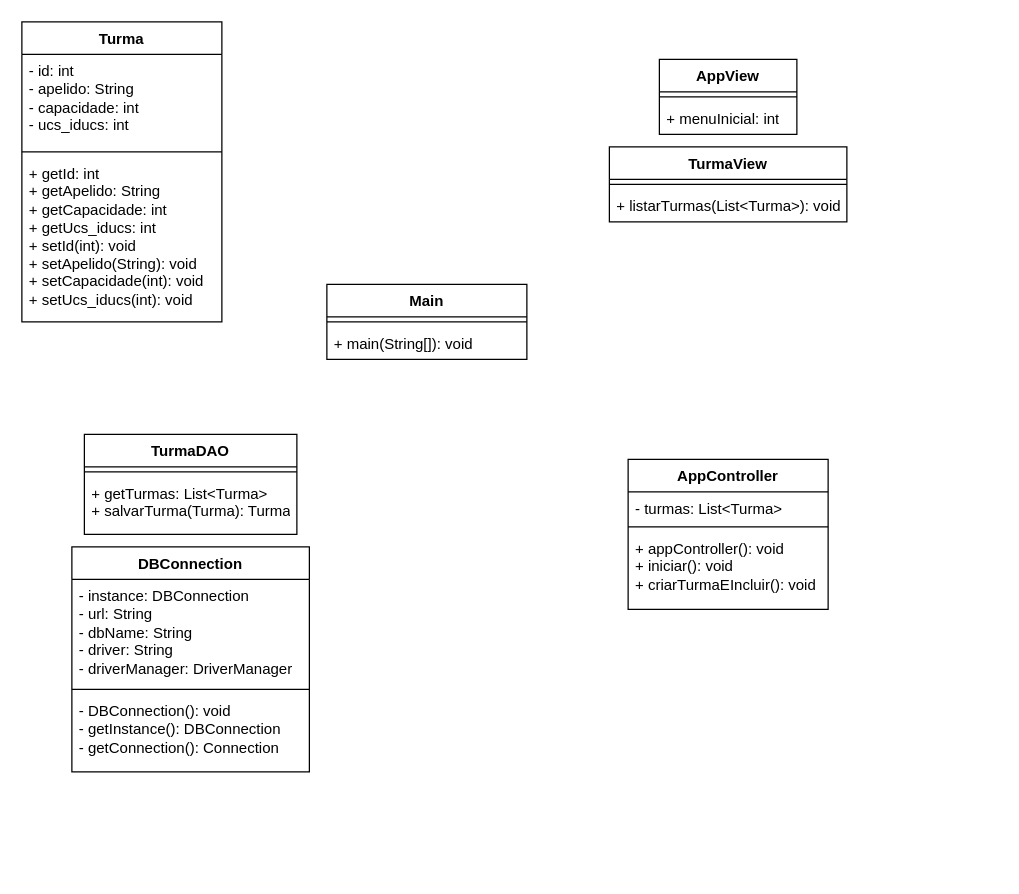
Earlier version of the draw.io diagram CRUDJean.drawio (2005LucasLongo/diagramas). Source tidied: cells renumbered, new cells numbered last; positions are measured from the earlier drawing's top-left corner, leaving out a move shared by most shapes. Both pictures are drawn from the tidied source at 125%, with x=0, y=0 at pixel (21, 21).
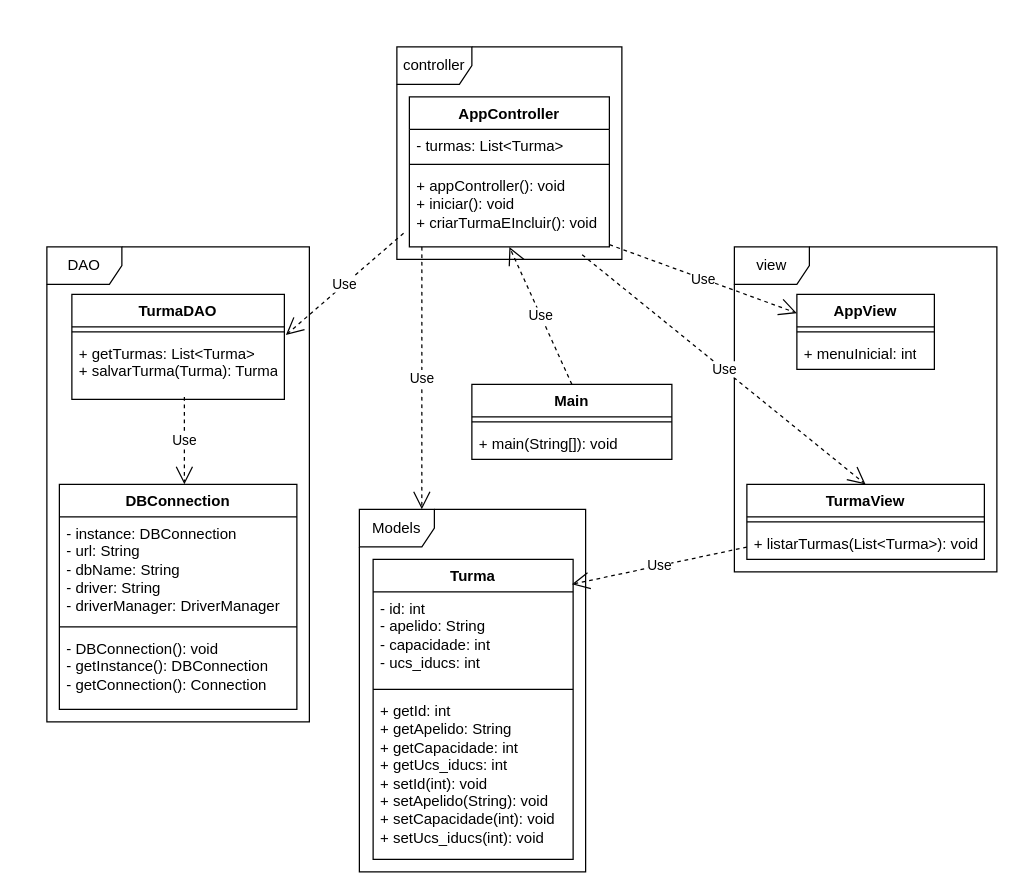
Above is the later version.

The change refers to these unchanged cells:
```xml
<mxCell id="25" value="+ appController(): void&lt;br&gt;+ iniciar(): void&lt;br&gt;+&amp;nbsp;criarTurmaEIncluir(): void" style="text;strokeColor=none;fillColor=none;align=left;verticalAlign=top;spacingLeft=4;spacingRight=4;overflow=hidden;points=[[0,0.5],[1,0.5]];portConstraint=eastwest;whiteSpace=wrap;html=1;" parent="22" vertex="1">
  <mxGeometry y="58" width="160" height="62" as="geometry" />
</mxCell>
```

Change to the diagram source:
```diff
@@
     <mxCell id="2" value="Turma" style="swimlane;fontStyle=1;align=center;verticalAlign=top;horizontal=1;startSize=26;whiteSpace=wrap;html=1;" parent="1" vertex="1">
-      <mxGeometry width="160" height="240" as="geometry" />
+      <mxGeometry x="281" y="430" width="160" height="240" as="geometry" />
     </mxCell>
@@
     <mxCell id="6" value="Main" style="swimlane;fontStyle=1;align=center;verticalAlign=top;horizontal=1;startSize=26;whiteSpace=wrap;html=1;" parent="1" vertex="1">
-      <mxGeometry x="244" y="210" width="160" height="60" as="geometry" />
+      <mxGeometry x="360" y="290" width="160" height="60" as="geometry" />
     </mxCell>
@@
     <mxCell id="9" value="AppView" style="swimlane;fontStyle=1;align=center;verticalAlign=top;horizontal=1;startSize=26;whiteSpace=wrap;html=1;" parent="1" vertex="1">
-      <mxGeometry x="510" y="30" width="110" height="60" as="geometry" />
+      <mxGeometry x="620" y="218" width="110" height="60" as="geometry" />
     </mxCell>
@@
     <mxCell id="12" value="TurmaView" style="swimlane;fontStyle=1;align=center;verticalAlign=top;horizontal=1;startSize=26;whiteSpace=wrap;html=1;" parent="1" vertex="1">
-      <mxGeometry x="470" y="100" width="190" height="60" as="geometry" />
+      <mxGeometry x="580" y="370" width="190" height="60" as="geometry" />
     </mxCell>
@@
     <mxCell id="15" value="TurmaDAO" style="swimlane;fontStyle=1;align=center;verticalAlign=top;horizontal=1;startSize=26;whiteSpace=wrap;html=1;" parent="1" vertex="1">
-      <mxGeometry x="50" y="330" width="170" height="80" as="geometry" />
+      <mxGeometry x="40" y="218" width="170" height="84" as="geometry" />
     </mxCell>
@@
     <mxCell id="17" value="+ getTurmas: List&amp;lt;Turma&amp;gt;&lt;br&gt;+ salvarTurma(Turma): Turma" style="text;strokeColor=none;fillColor=none;align=left;verticalAlign=top;spacingLeft=4;spacingRight=4;overflow=hidden;points=[[0,0.5],[1,0.5]];portConstraint=eastwest;whiteSpace=wrap;html=1;" parent="15" vertex="1">
-      <mxGeometry y="34" width="170" height="46" as="geometry" />
+      <mxGeometry y="34" width="170" height="50" as="geometry" />
     </mxCell>
     <mxCell id="18" value="DBConnection" style="swimlane;fontStyle=1;align=center;verticalAlign=top;horizontal=1;startSize=26;whiteSpace=wrap;html=1;" parent="1" vertex="1">
-      <mxGeometry x="40" y="420" width="190" height="180" as="geometry" />
+      <mxGeometry x="30" y="370" width="190" height="180" as="geometry" />
     </mxCell>
@@
     <mxCell id="22" value="AppController" style="swimlane;fontStyle=1;align=center;verticalAlign=top;horizontal=1;startSize=26;whiteSpace=wrap;html=1;" parent="1" vertex="1">
-      <mxGeometry x="485" y="350" width="160" height="120" as="geometry" />
+      <mxGeometry x="310" y="60" width="160" height="120" as="geometry" />
     </mxCell>
@@
+    <mxCell id="26" value="DAO" style="shape=umlFrame;whiteSpace=wrap;html=1;" parent="1" vertex="1">
+      <mxGeometry x="20" y="180" width="210" height="380" as="geometry" />
+    </mxCell>
+    <mxCell id="27" value="Models" style="shape=umlFrame;whiteSpace=wrap;html=1;" parent="1" vertex="1">
+      <mxGeometry x="270" y="390" width="181" height="290" as="geometry" />
+    </mxCell>
+    <mxCell id="28" value="controller" style="shape=umlFrame;whiteSpace=wrap;html=1;" parent="1" vertex="1">
+      <mxGeometry x="300" y="20" width="180" height="170" as="geometry" />
+    </mxCell>
+    <mxCell id="29" value="view" style="shape=umlFrame;whiteSpace=wrap;html=1;" parent="1" vertex="1">
+      <mxGeometry x="570" y="180" width="210" height="260" as="geometry" />
+    </mxCell>
+    <mxCell id="30" value="Use" style="endArrow=open;endSize=12;dashed=1;html=1;rounded=0;exitX=0.5;exitY=0;exitDx=0;exitDy=0;" parent="1" edge="1" source="6">
+      <mxGeometry relative="1" as="geometry">
+        <mxPoint x="390" y="180" as="targetPoint" />
+      </mxGeometry>
+    </mxCell>
+    <mxCell id="31" value="Use" style="endArrow=open;endSize=12;dashed=1;html=1;rounded=0;entryX=0;entryY=0.25;entryDx=0;entryDy=0;" parent="1" edge="1" source="25" target="9">
+      <mxGeometry relative="1" as="geometry" />
+    </mxCell>
+    <mxCell id="32" value="Use" style="endArrow=open;endSize=12;dashed=1;html=1;rounded=0;exitX=0.864;exitY=1.101;exitDx=0;exitDy=0;exitPerimeter=0;entryX=0.5;entryY=0;entryDx=0;entryDy=0;" parent="1" edge="1" source="25" target="12">
+      <mxGeometry relative="1" as="geometry" />
+    </mxCell>
+    <mxCell id="33" value="Use" style="endArrow=open;endSize=12;dashed=1;html=1;rounded=0;exitX=-0.029;exitY=0.824;exitDx=0;exitDy=0;exitPerimeter=0;entryX=1.007;entryY=-0.029;entryDx=0;entryDy=0;entryPerimeter=0;" parent="1" edge="1" source="25" target="17">
+      <mxGeometry relative="1" as="geometry" />
+    </mxCell>
+    <mxCell id="34" value="Use" style="endArrow=open;endSize=12;dashed=1;html=1;rounded=0;entryX=0.276;entryY=0;entryDx=0;entryDy=0;entryPerimeter=0;" parent="1" edge="1" target="27">
+      <mxGeometry relative="1" as="geometry">
+        <mxPoint x="320" y="180" as="sourcePoint" />
+      </mxGeometry>
+    </mxCell>
+    <mxCell id="35" value="Use" style="endArrow=open;endSize=12;dashed=1;html=1;rounded=0;entryX=0.994;entryY=0.083;entryDx=0;entryDy=0;entryPerimeter=0;" parent="1" edge="1" source="12" target="2">
+      <mxGeometry relative="1" as="geometry" />
+    </mxCell>
+    <mxCell id="36" value="Use" style="endArrow=open;endSize=12;dashed=1;html=1;rounded=0;" parent="1" edge="1">
+      <mxGeometry relative="1" as="geometry">
+        <mxPoint x="130" y="300" as="sourcePoint" />
+        <mxPoint x="130" y="370" as="targetPoint" />
+      </mxGeometry>
+    </mxCell>
```
